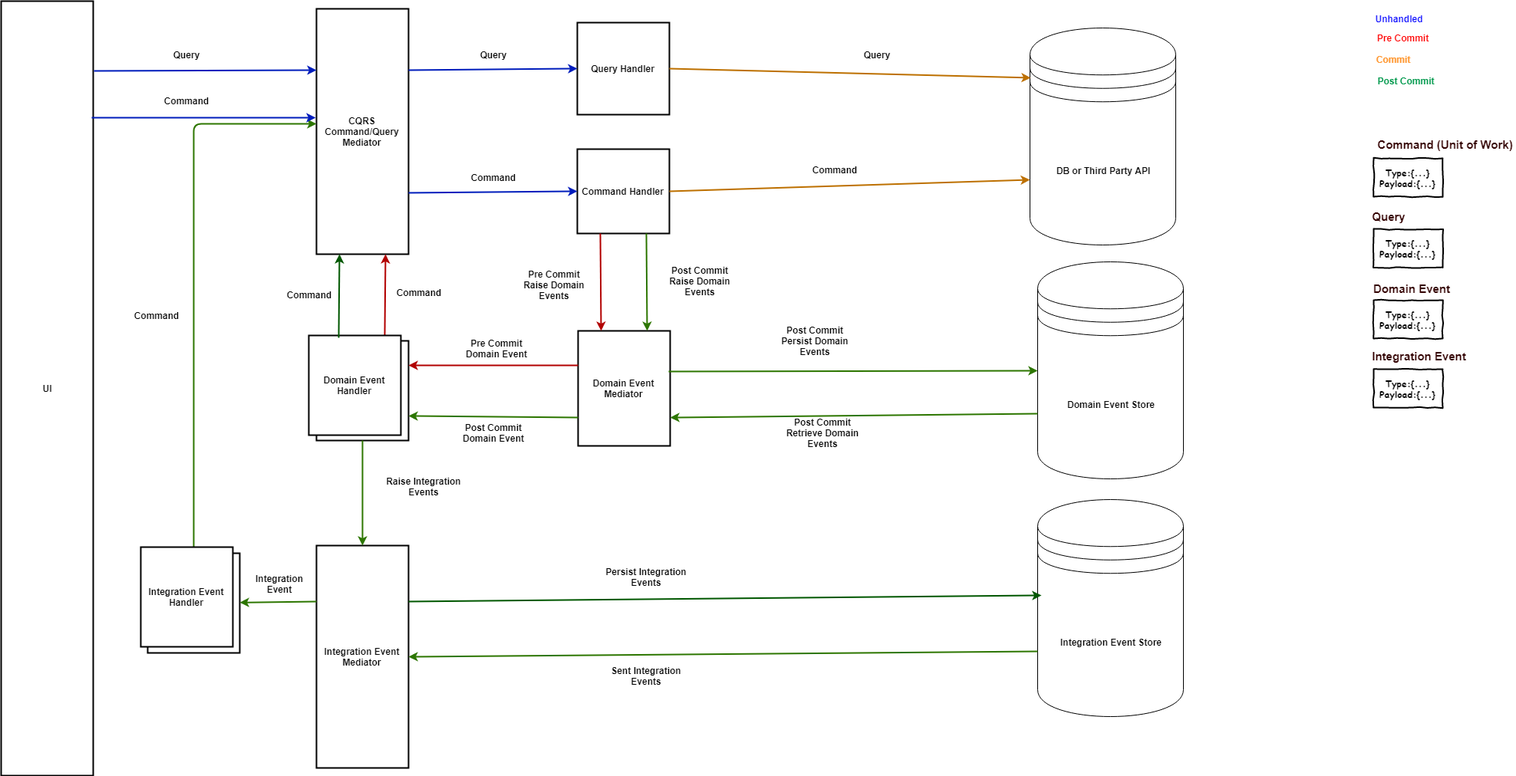
Above: img/events.png in davidikin45/Cqrs (draw.io), before the change. Source tidied: cells renumbered, new cells last; positions are measured from the earlier drawing's top-left corner, leaving out a move shared by most shapes.
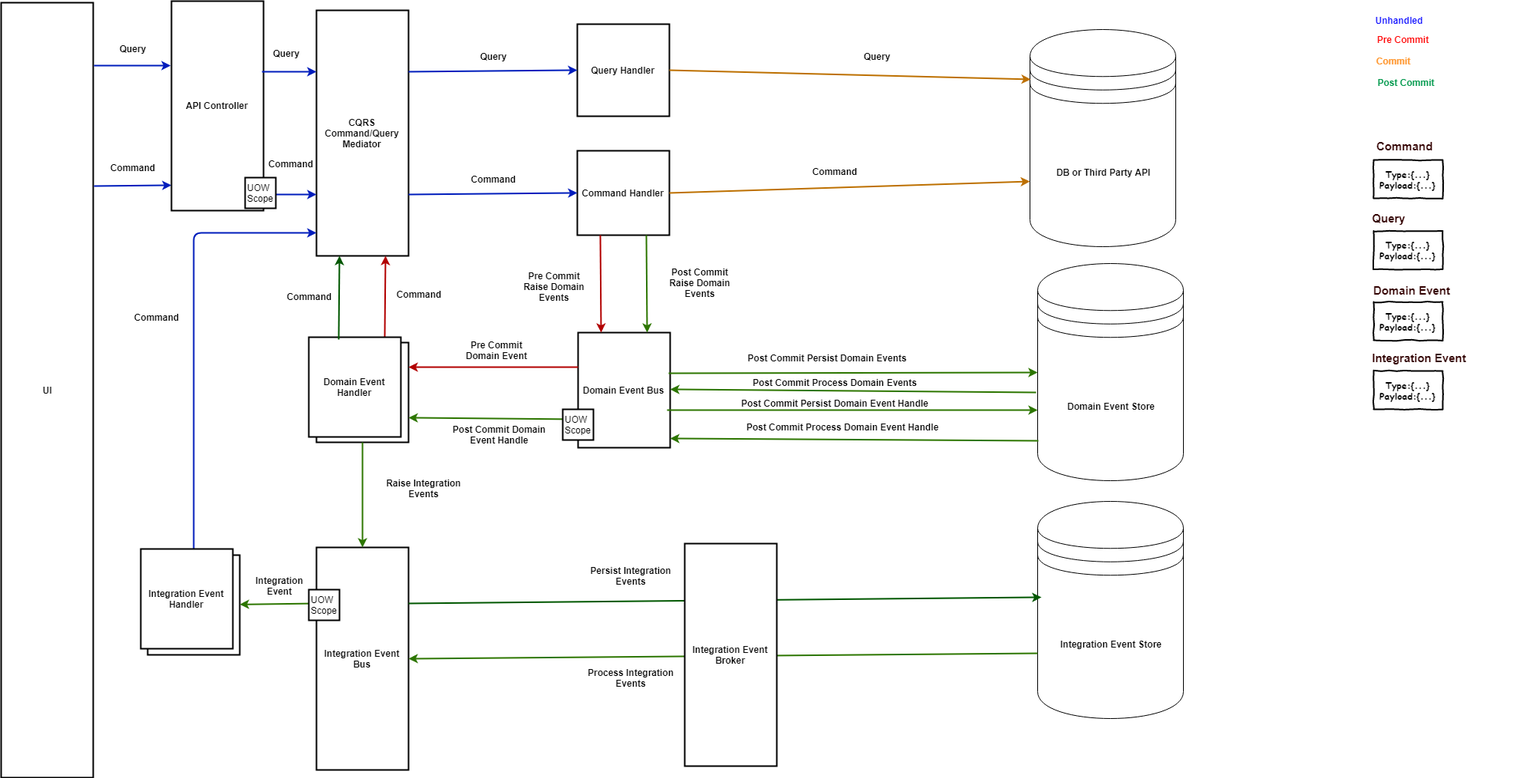
After the commit.

Commit message:
cqrs events

What changed in the source:
```diff
@@ -8,22 +8,19 @@
     <mxCell id="3" value="CQRS Command/Query Mediator" style="rounded=0;whiteSpace=wrap;html=1;fontStyle=1;strokeWidth=2;" parent="1" vertex="1">
       <mxGeometry x="411" y="10" width="120" height="320" as="geometry" />
     </mxCell>
-    <mxCell id="4" style="endArrow=classic;html=1;exitX=1.008;exitY=0.09;exitDx=0;exitDy=0;entryX=0;entryY=0.25;entryDx=0;entryDy=0;exitPerimeter=0;strokeWidth=2;fillColor=#0050ef;strokeColor=#001DBC;" parent="1" edge="1" source="2" target="3">
-      <mxGeometry relative="1" as="geometry" />
-    </mxCell>
     <mxCell id="5" value="Command Handler" style="rounded=0;whiteSpace=wrap;html=1;fontStyle=1;strokeWidth=2;" parent="1" vertex="1">
       <mxGeometry x="751" y="193" width="120" height="110" as="geometry" />
     </mxCell>
     <mxCell id="6" value="Query Handler" style="rounded=0;whiteSpace=wrap;html=1;fontStyle=1;strokeWidth=2;" parent="1" vertex="1">
       <mxGeometry x="751" y="28" width="120" height="120" as="geometry" />
     </mxCell>
-    <mxCell id="7" value="Domain Event Mediator" style="rounded=0;whiteSpace=wrap;html=1;strokeWidth=2;fontStyle=1;" parent="1" vertex="1">
+    <mxCell id="7" value="Domain Event Bus" style="rounded=0;whiteSpace=wrap;html=1;strokeWidth=2;fontStyle=1;" parent="1" vertex="1">
       <mxGeometry x="752" y="430" width="120" height="150" as="geometry" />
     </mxCell>
     <mxCell id="8" value="Domain Event Handler" style="rounded=0;whiteSpace=wrap;html=1;strokeWidth=2;" parent="1" vertex="1">
       <mxGeometry x="411" y="443" width="120" height="130" as="geometry" />
     </mxCell>
-    <mxCell id="9" value="Integration Event Mediator" style="rounded=0;whiteSpace=wrap;html=1;strokeWidth=2;fontStyle=1;" parent="1" vertex="1">
+    <mxCell id="9" value="Integration Event Bus" style="rounded=0;whiteSpace=wrap;html=1;strokeWidth=2;fontStyle=1;" parent="1" vertex="1">
       <mxGeometry x="411" y="710" width="120" height="290" as="geometry" />
     </mxCell>
     <mxCell id="10" style="endArrow=classic;html=1;exitX=1;exitY=0.25;exitDx=0;exitDy=0;entryX=0;entryY=0.5;entryDx=0;entryDy=0;strokeWidth=2;fillColor=#0050ef;strokeColor=#001DBC;" parent="1" edge="1" source="3" target="6">
@@ -35,9 +32,6 @@
     <mxCell id="12" value="DB or Third Party API" style="shape=datastore;whiteSpace=wrap;html=1;fontStyle=1;" parent="1" vertex="1">
       <mxGeometry x="1341" y="35" width="190" height="283" as="geometry" />
     </mxCell>
-    <mxCell id="13" value="Query" style="text;html=1;strokeColor=none;fillColor=none;align=center;verticalAlign=middle;whiteSpace=wrap;rounded=0;fontStyle=1;" parent="1" vertex="1">
-      <mxGeometry x="221" y="60" width="40" height="20" as="geometry" />
-    </mxCell>
     <mxCell id="14" style="endArrow=classic;html=1;exitX=0.75;exitY=1;exitDx=0;exitDy=0;entryX=0.75;entryY=0;entryDx=0;entryDy=0;fillColor=#60a917;strokeColor=#2D7600;strokeWidth=2;" parent="1" edge="1" source="5" target="7">
       <mxGeometry relative="1" as="geometry" />
     </mxCell>
@@ -62,21 +56,16 @@
     <mxCell id="20" value="Integration Event Handler" style="rounded=0;whiteSpace=wrap;html=1;strokeWidth=2;" parent="1" vertex="1">
       <mxGeometry x="191" y="720" width="120" height="130" as="geometry" />
     </mxCell>
-    <mxCell id="21" style="edgeStyle=segmentEdgeStyle;endArrow=classic;html=1;exitX=0.5;exitY=0;exitDx=0;exitDy=0;fillColor=#60a917;strokeColor=#2D7600;strokeWidth=2;" parent="1" edge="1" source="20">
+    <mxCell id="21" style="edgeStyle=segmentEdgeStyle;endArrow=classic;html=1;exitX=0.5;exitY=0;exitDx=0;exitDy=0;fillColor=#0050ef;strokeColor=#001DBC;strokeWidth=2;" parent="1" edge="1" source="20" target="3">
       <mxGeometry relative="1" as="geometry">
-        <mxPoint x="411" y="160" as="targetPoint" />
         <Array as="points">
-          <mxPoint x="251" y="160" />
-          <mxPoint x="411" y="160" />
+          <mxPoint x="251" y="300" />
         </Array>
       </mxGeometry>
     </mxCell>
-    <mxCell id="22" style="endArrow=classic;html=1;exitX=0.983;exitY=0.15;exitDx=0;exitDy=0;entryX=-0.008;entryY=0.444;entryDx=0;entryDy=0;exitPerimeter=0;entryPerimeter=0;fillColor=#0050ef;strokeColor=#001DBC;strokeWidth=2;" parent="1" edge="1" source="2" target="3">
+    <mxCell id="22" style="endArrow=classic;html=1;exitX=1.008;exitY=0.237;exitDx=0;exitDy=0;entryX=0;entryY=0.879;entryDx=0;entryDy=0;exitPerimeter=0;entryPerimeter=0;fillColor=#0050ef;strokeColor=#001DBC;strokeWidth=2;" parent="1" edge="1" source="2" target="66">
       <mxGeometry relative="1" as="geometry" />
     </mxCell>
-    <mxCell id="23" value="Command" style="text;html=1;strokeColor=none;fillColor=none;align=center;verticalAlign=middle;whiteSpace=wrap;rounded=0;fontStyle=1;" parent="1" vertex="1">
-      <mxGeometry x="221" y="120" width="40" height="20" as="geometry" />
-    </mxCell>
     <mxCell id="24" style="endArrow=classic;html=1;exitX=0;exitY=0.25;exitDx=0;exitDy=0;fillColor=#60a917;strokeColor=#2D7600;strokeWidth=2;" parent="1" edge="1" source="9" target="20">
       <mxGeometry relative="1" as="geometry" />
     </mxCell>
@@ -128,29 +117,32 @@
     <mxCell id="40" style="endArrow=classic;html=1;exitX=0.983;exitY=0.353;exitDx=0;exitDy=0;entryX=0;entryY=0.5;entryDx=0;entryDy=0;fillColor=#60a917;strokeColor=#2D7600;strokeWidth=2;exitPerimeter=0;" parent="1" edge="1" source="7" target="39">
       <mxGeometry relative="1" as="geometry" />
     </mxCell>
-    <mxCell id="41" style="endArrow=classic;html=1;entryX=1;entryY=0.75;entryDx=0;entryDy=0;fillColor=#60a917;strokeColor=#2D7600;strokeWidth=2;exitX=0;exitY=0.7;exitDx=0;exitDy=0;" parent="1" edge="1" source="39" target="7">
-      <mxGeometry relative="1" as="geometry" />
+    <mxCell id="41" style="endArrow=classic;html=1;entryX=1;entryY=0.5;entryDx=0;entryDy=0;fillColor=#60a917;strokeColor=#2D7600;strokeWidth=2;exitX=-0.011;exitY=0.597;exitDx=0;exitDy=0;exitPerimeter=0;" parent="1" edge="1">
+      <mxGeometry relative="1" as="geometry">
+        <mxPoint x="1349" y="508" as="sourcePoint" />
+        <mxPoint x="872" y="504" as="targetPoint" />
+      </mxGeometry>
     </mxCell>
     <mxCell id="42" style="endArrow=classic;html=1;exitX=0.325;exitY=0.023;exitDx=0;exitDy=0;entryX=0.25;entryY=1;entryDx=0;entryDy=0;fillColor=#008a00;strokeColor=#005700;strokeWidth=2;exitPerimeter=0;" parent="1" edge="1" source="32" target="3">
       <mxGeometry relative="1" as="geometry" />
     </mxCell>
-    <mxCell id="43" value="Post Commit Domain Event" style="text;html=1;strokeColor=none;fillColor=none;align=center;verticalAlign=middle;whiteSpace=wrap;rounded=0;fontStyle=1;" parent="1" vertex="1">
-      <mxGeometry x="586.5" y="553" width="110" height="20" as="geometry" />
+    <mxCell id="43" value="Post Commit Domain Event Handle" style="text;html=1;strokeColor=none;fillColor=none;align=center;verticalAlign=middle;whiteSpace=wrap;rounded=0;fontStyle=1;" parent="1" vertex="1">
+      <mxGeometry x="587" y="553" width="125" height="20" as="geometry" />
     </mxCell>
-    <mxCell id="44" value="Post Commit&lt;br&gt;Persist Domain Events&lt;br&gt;" style="text;html=1;strokeColor=none;fillColor=none;align=center;verticalAlign=middle;whiteSpace=wrap;rounded=0;fontStyle=1;" parent="1" vertex="1">
-      <mxGeometry x="1001" y="433" width="120" height="20" as="geometry" />
+    <mxCell id="44" value="Post Commit Persist Domain Events&lt;br&gt;" style="text;html=1;strokeColor=none;fillColor=none;align=center;verticalAlign=middle;whiteSpace=wrap;rounded=0;fontStyle=1;" parent="1" vertex="1">
+      <mxGeometry x="872" y="453" width="410" height="20" as="geometry" />
     </mxCell>
-    <mxCell id="45" value="Post Commit&lt;br&gt;Retrieve Domain Events&lt;br&gt;" style="text;html=1;strokeColor=none;fillColor=none;align=center;verticalAlign=middle;whiteSpace=wrap;rounded=0;fontStyle=1;" parent="1" vertex="1">
-      <mxGeometry x="1011" y="553" width="120" height="20" as="geometry" />
+    <mxCell id="45" value="Post Commit Process Domain Events&lt;br&gt;" style="text;html=1;strokeColor=none;fillColor=none;align=center;verticalAlign=middle;whiteSpace=wrap;rounded=0;fontStyle=1;" parent="1" vertex="1">
+      <mxGeometry x="971" y="485" width="230" height="20" as="geometry" />
     </mxCell>
     <mxCell id="46" value="Raise Integration Events&lt;br&gt;" style="text;html=1;strokeColor=none;fillColor=none;align=center;verticalAlign=middle;whiteSpace=wrap;rounded=0;fontStyle=1;" parent="1" vertex="1">
       <mxGeometry x="491" y="623" width="120" height="20" as="geometry" />
     </mxCell>
     <mxCell id="47" value="Persist Integration Events&lt;br&gt;" style="text;html=1;strokeColor=none;fillColor=none;align=center;verticalAlign=middle;whiteSpace=wrap;rounded=0;fontStyle=1;" parent="1" vertex="1">
-      <mxGeometry x="781" y="741" width="120" height="20" as="geometry" />
+      <mxGeometry x="761" y="737" width="120" height="20" as="geometry" />
     </mxCell>
-    <mxCell id="48" value="Sent Integration Events&lt;br&gt;" style="text;html=1;strokeColor=none;fillColor=none;align=center;verticalAlign=middle;whiteSpace=wrap;rounded=0;fontStyle=1;" parent="1" vertex="1">
-      <mxGeometry x="781" y="870" width="120" height="20" as="geometry" />
+    <mxCell id="48" value="Process Integration Events&lt;br&gt;" style="text;html=1;strokeColor=none;fillColor=none;align=center;verticalAlign=middle;whiteSpace=wrap;rounded=0;fontStyle=1;" parent="1" vertex="1">
+      <mxGeometry x="761" y="870" width="120" height="20" as="geometry" />
     </mxCell>
     <mxCell id="49" value="Integration Event&lt;br&gt;" style="text;html=1;strokeColor=none;fillColor=none;align=center;verticalAlign=middle;whiteSpace=wrap;rounded=0;fontStyle=1;" parent="1" vertex="1">
       <mxGeometry x="318" y="750" width="90" height="20" as="geometry" />
@@ -188,7 +180,7 @@
     <mxCell id="60" value="Type:{...}&lt;br&gt;Payload:{...}&lt;br&gt;" style="html=1;whiteSpace=wrap;comic=1;strokeWidth=2;fontFamily=Comic Sans MS;fontStyle=1;labelBackgroundColor=#ffffff;" parent="1" vertex="1">
       <mxGeometry x="1789" y="480" width="90" height="50" as="geometry" />
     </mxCell>
-    <mxCell id="61" value="Command (Unit of Work)" style="text;html=1;strokeColor=none;fillColor=none;align=center;verticalAlign=middle;whiteSpace=wrap;rounded=0;labelBackgroundColor=#ffffff;fontColor=#330000;fontStyle=1;fontSize=15;" parent="1" vertex="1">
+    <mxCell id="61" value="Command" style="text;html=1;strokeColor=none;fillColor=none;align=left;verticalAlign=middle;whiteSpace=wrap;rounded=0;labelBackgroundColor=#ffffff;fontColor=#330000;fontStyle=1;fontSize=15;" parent="1" vertex="1">
       <mxGeometry x="1791" y="177" width="183" height="20" as="geometry" />
     </mxCell>
     <mxCell id="62" value="Query" style="text;html=1;strokeColor=none;fillColor=none;align=center;verticalAlign=middle;whiteSpace=wrap;rounded=0;labelBackgroundColor=#ffffff;fontColor=#330000;fontStyle=1;fontSize=15;" parent="1" vertex="1">
@@ -200,5 +192,63 @@
     <mxCell id="64" value="Integration Event" style="text;html=1;strokeColor=none;fillColor=none;align=center;verticalAlign=middle;whiteSpace=wrap;rounded=0;labelBackgroundColor=#ffffff;fontColor=#330000;fontStyle=1;fontSize=15;" parent="1" vertex="1">
       <mxGeometry x="1779" y="453" width="139" height="20" as="geometry" />
     </mxCell>
+    <mxCell id="65" value="Integration Event Broker" style="rounded=0;whiteSpace=wrap;html=1;strokeWidth=2;fontStyle=1;" parent="1" vertex="1">
+      <mxGeometry x="891" y="705" width="120" height="290" as="geometry" />
+    </mxCell>
+    <mxCell id="66" value="API Controller" style="rounded=0;whiteSpace=wrap;html=1;fontStyle=1;strokeWidth=2;" parent="1" vertex="1">
+      <mxGeometry x="222" y="-2" width="120" height="273" as="geometry" />
+    </mxCell>
+    <mxCell id="67" style="endArrow=classic;html=1;exitX=1.008;exitY=0.081;exitDx=0;exitDy=0;exitPerimeter=0;fillColor=#0050ef;strokeColor=#001DBC;strokeWidth=2;" parent="1" edge="1" source="2">
+      <mxGeometry relative="1" as="geometry">
+        <mxPoint x="221" y="82" as="targetPoint" />
+      </mxGeometry>
+    </mxCell>
+    <mxCell id="68" style="endArrow=classic;html=1;entryX=0;entryY=0.75;entryDx=0;entryDy=0;fillColor=#0050ef;strokeColor=#001DBC;strokeWidth=2;" parent="1" edge="1" target="3">
+      <mxGeometry relative="1" as="geometry">
+        <mxPoint x="341" y="250" as="sourcePoint" />
+      </mxGeometry>
+    </mxCell>
+    <mxCell id="69" style="endArrow=classic;html=1;entryX=0;entryY=0.25;entryDx=0;entryDy=0;fillColor=#0050ef;strokeColor=#001DBC;strokeWidth=2;" parent="1" edge="1" target="3">
+      <mxGeometry relative="1" as="geometry">
+        <mxPoint x="340" y="90" as="sourcePoint" />
+      </mxGeometry>
+    </mxCell>
+    <mxCell id="70" value="Query" style="text;html=1;strokeColor=none;fillColor=none;align=center;verticalAlign=middle;whiteSpace=wrap;rounded=0;fontStyle=1;" parent="1" vertex="1">
+      <mxGeometry x="151" y="50" width="40" height="20" as="geometry" />
+    </mxCell>
+    <mxCell id="71" value="Command" style="text;html=1;strokeColor=none;fillColor=none;align=center;verticalAlign=middle;whiteSpace=wrap;rounded=0;fontStyle=1;" parent="1" vertex="1">
+      <mxGeometry x="151" y="205" width="40" height="20" as="geometry" />
+    </mxCell>
+    <mxCell id="72" value="Query" style="text;html=1;strokeColor=none;fillColor=none;align=center;verticalAlign=middle;whiteSpace=wrap;rounded=0;fontStyle=1;" parent="1" vertex="1">
+      <mxGeometry x="351" y="56" width="40" height="20" as="geometry" />
+    </mxCell>
+    <mxCell id="73" value="Command" style="text;html=1;strokeColor=none;fillColor=none;align=center;verticalAlign=middle;whiteSpace=wrap;rounded=0;fontStyle=1;" parent="1" vertex="1">
+      <mxGeometry x="356.5" y="200" width="40" height="20" as="geometry" />
+    </mxCell>
+    <mxCell id="74" value="UOW Scope" style="rounded=0;whiteSpace=wrap;html=1;align=left;strokeWidth=2;" parent="1" vertex="1">
+      <mxGeometry x="732" y="530" width="40" height="40" as="geometry" />
+    </mxCell>
+    <mxCell id="75" style="endArrow=classic;html=1;exitX=0.967;exitY=0.673;exitDx=0;exitDy=0;fillColor=#60a917;strokeColor=#2D7600;strokeWidth=2;exitPerimeter=0;" parent="1" edge="1" source="7">
+      <mxGeometry relative="1" as="geometry">
+        <mxPoint x="1351" y="531" as="targetPoint" />
+      </mxGeometry>
+    </mxCell>
+    <mxCell id="76" value="Post Commit Persist Domain Event Handle&lt;br&gt;" style="text;html=1;strokeColor=none;fillColor=none;align=center;verticalAlign=middle;whiteSpace=wrap;rounded=0;fontStyle=1;" parent="1" vertex="1">
+      <mxGeometry x="881" y="512" width="410" height="20" as="geometry" />
+    </mxCell>
+    <mxCell id="77" style="endArrow=classic;html=1;fillColor=#60a917;strokeColor=#2D7600;strokeWidth=2;exitX=0.005;exitY=0.816;exitDx=0;exitDy=0;exitPerimeter=0;" parent="1" edge="1" source="39">
+      <mxGeometry relative="1" as="geometry">
+        <mxPoint x="872" y="568" as="targetPoint" />
+      </mxGeometry>
+    </mxCell>
+    <mxCell id="78" value="Post Commit Process Domain Event Handle&lt;br&gt;" style="text;html=1;strokeColor=none;fillColor=none;align=center;verticalAlign=middle;whiteSpace=wrap;rounded=0;fontStyle=1;" parent="1" vertex="1">
+      <mxGeometry x="891" y="543" width="410" height="20" as="geometry" />
+    </mxCell>
+    <mxCell id="79" value="UOW Scope" style="rounded=0;whiteSpace=wrap;html=1;align=left;strokeWidth=2;" parent="1" vertex="1">
+      <mxGeometry x="318" y="228" width="40" height="40" as="geometry" />
+    </mxCell>
+    <mxCell id="80" value="UOW Scope" style="rounded=0;whiteSpace=wrap;html=1;align=left;strokeWidth=2;" parent="1" vertex="1">
+      <mxGeometry x="401" y="765" width="40" height="40" as="geometry" />
+    </mxCell>
   </root>
 </mxGraphModel>
```
